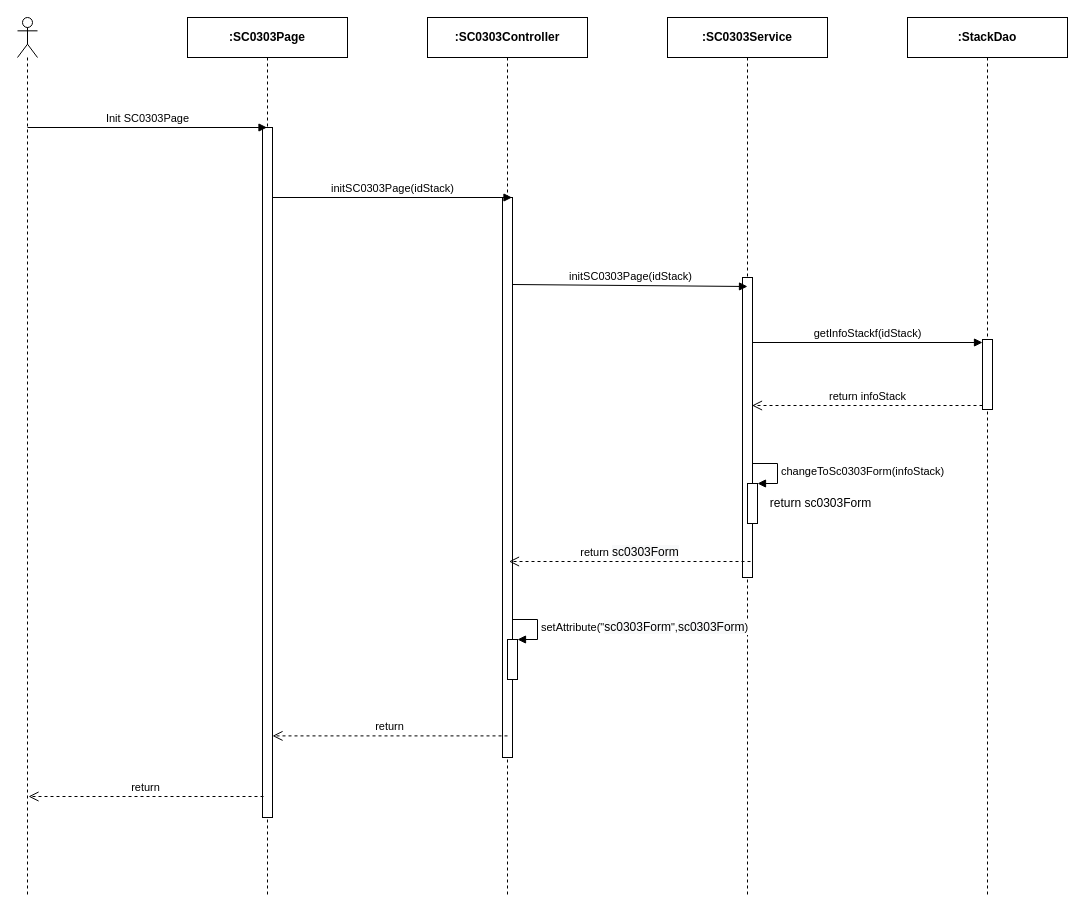
Earlier version of the draw.io diagram page "Ev01" (1 of 3) of Users/LuanNM/SEQ Diagram Review/sc03/SC0303_EditStack.drawio (luannmdev/CapstoneDocument). Source tidied: cells renumbered, new cells numbered last; positions are measured from the earlier drawing's top-left corner, leaving out a move shared by most shapes. Both pictures are drawn from the tidied source at 100%, with x=0, y=0 at pixel (17, 17).
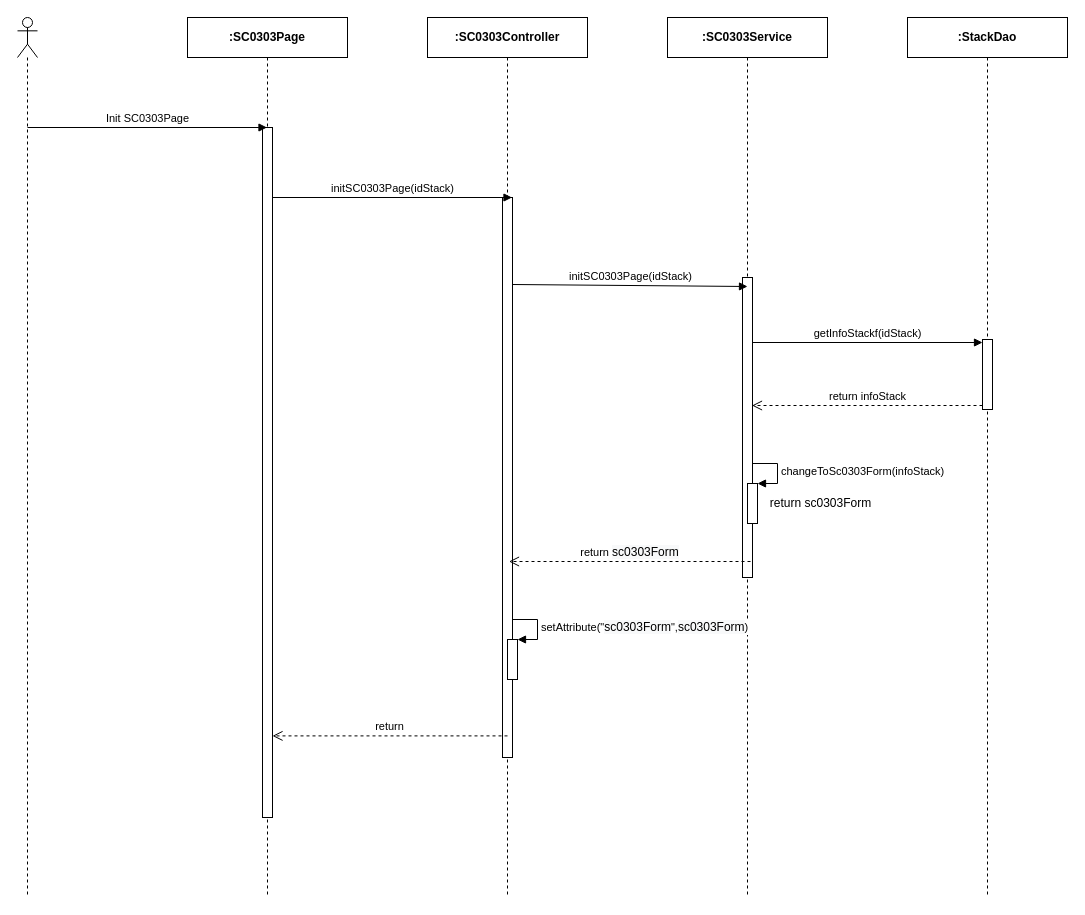
The same diagram, later.

What changed in the source:
```diff
@@
-    <mxCell id="20" value="return" style="html=1;verticalAlign=bottom;endArrow=open;dashed=1;endSize=8;" parent="1" edge="1">
-      <mxGeometry relative="1" as="geometry">
-        <mxPoint x="246" y="779" as="sourcePoint" />
-        <mxPoint x="11" y="779" as="targetPoint" />
-      </mxGeometry>
-    </mxCell>
```
